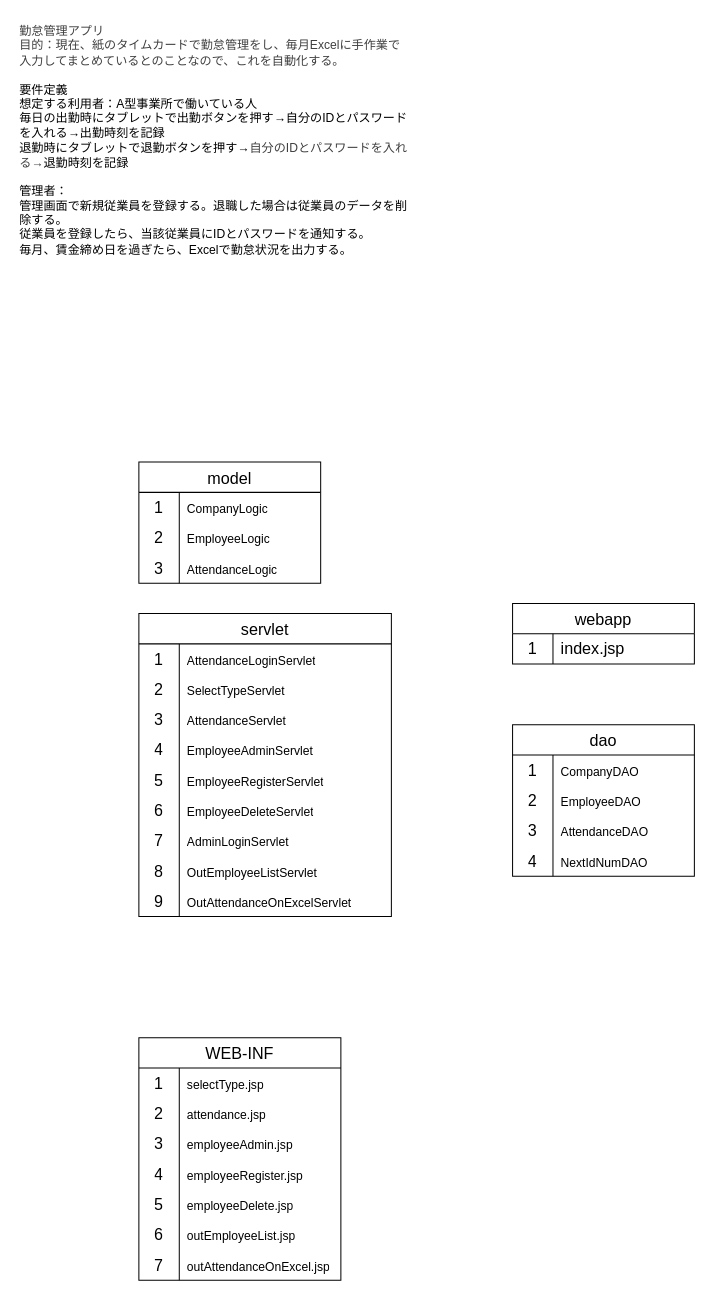
Above: page "概要" (1 of 8) of ドキュメント/制作物案.drawio in Kura-Hiroshi/Attendance_webapp (draw.io), before the change. Source tidied: cells renumbered, new cells numbered last; positions are measured from the earlier drawing's top-left corner, leaving out a move shared by most shapes. Both pictures are drawn from the tidied source at 101%, with x=0, y=0 at pixel (17, 17).
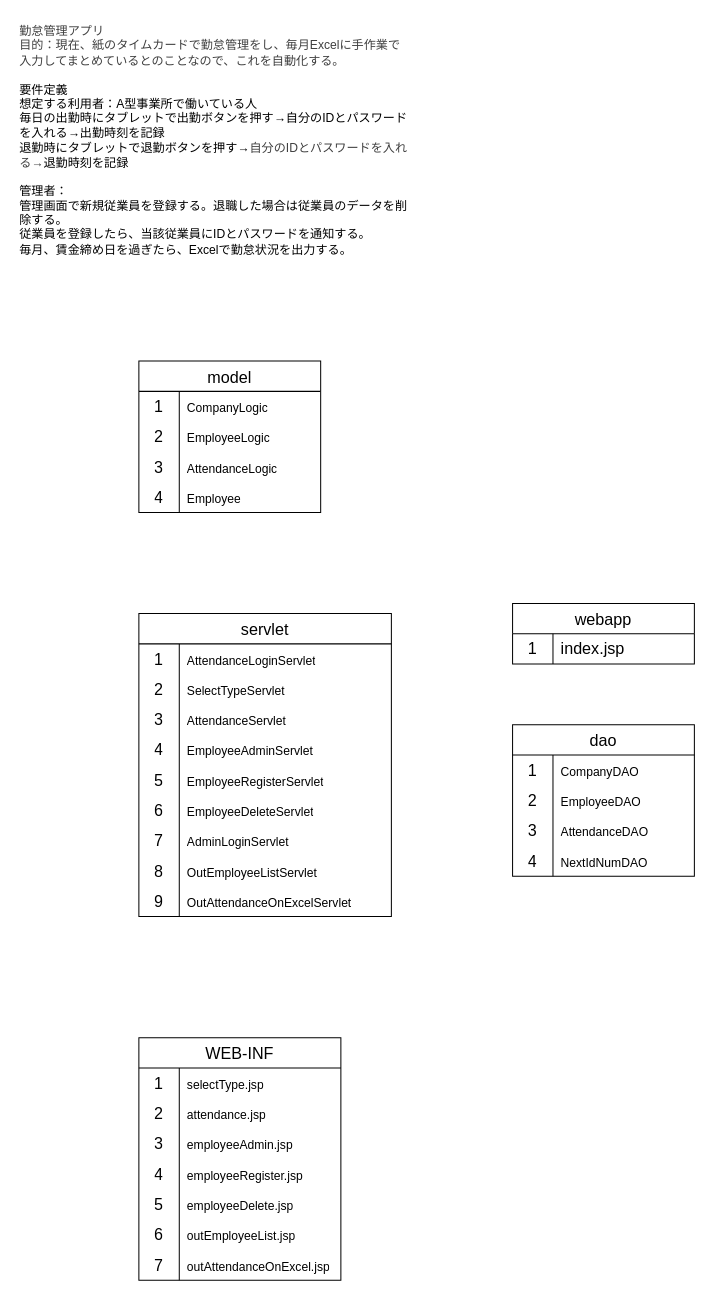
After the change.

Change to the diagram source:
```diff
@@
     <mxCell id="3" value="model" style="shape=table;startSize=30;childLayout=tableLayout;rowLines=0;fontStyle=0;strokeColor=default;fontSize=16;" parent="1" vertex="1">
-      <mxGeometry x="120" y="440" width="180" height="120" as="geometry" />
+      <mxGeometry x="120" y="340" width="180" height="150" as="geometry" />
     </mxCell>
@@
+    <mxCell id="80" style="shape=tableRow;horizontal=0;startSize=0;swimlaneHead=0;swimlaneBody=0;top=0;left=0;bottom=0;right=0;fillColor=none;strokeColor=inherit;fontSize=16;" parent="3" vertex="1">
+      <mxGeometry y="120" width="180" height="30" as="geometry" />
+    </mxCell>
+    <mxCell id="81" value="4" style="shape=partialRectangle;html=1;whiteSpace=wrap;fillColor=none;top=0;left=0;bottom=0;right=0;overflow=hidden;strokeColor=inherit;fontSize=16;" parent="80" vertex="1">
+      <mxGeometry width="40" height="30" as="geometry" />
+    </mxCell>
+    <mxCell id="82" value="&lt;font style=&quot;font-size: 12px;&quot;&gt;Employee&lt;/font&gt;" style="shape=partialRectangle;html=1;whiteSpace=wrap;fillColor=none;top=0;left=0;bottom=0;right=0;align=left;spacingLeft=6;overflow=hidden;strokeColor=inherit;fontSize=16;" parent="80" vertex="1">
+      <mxGeometry x="40" width="140" height="30" as="geometry" />
+    </mxCell>
```
